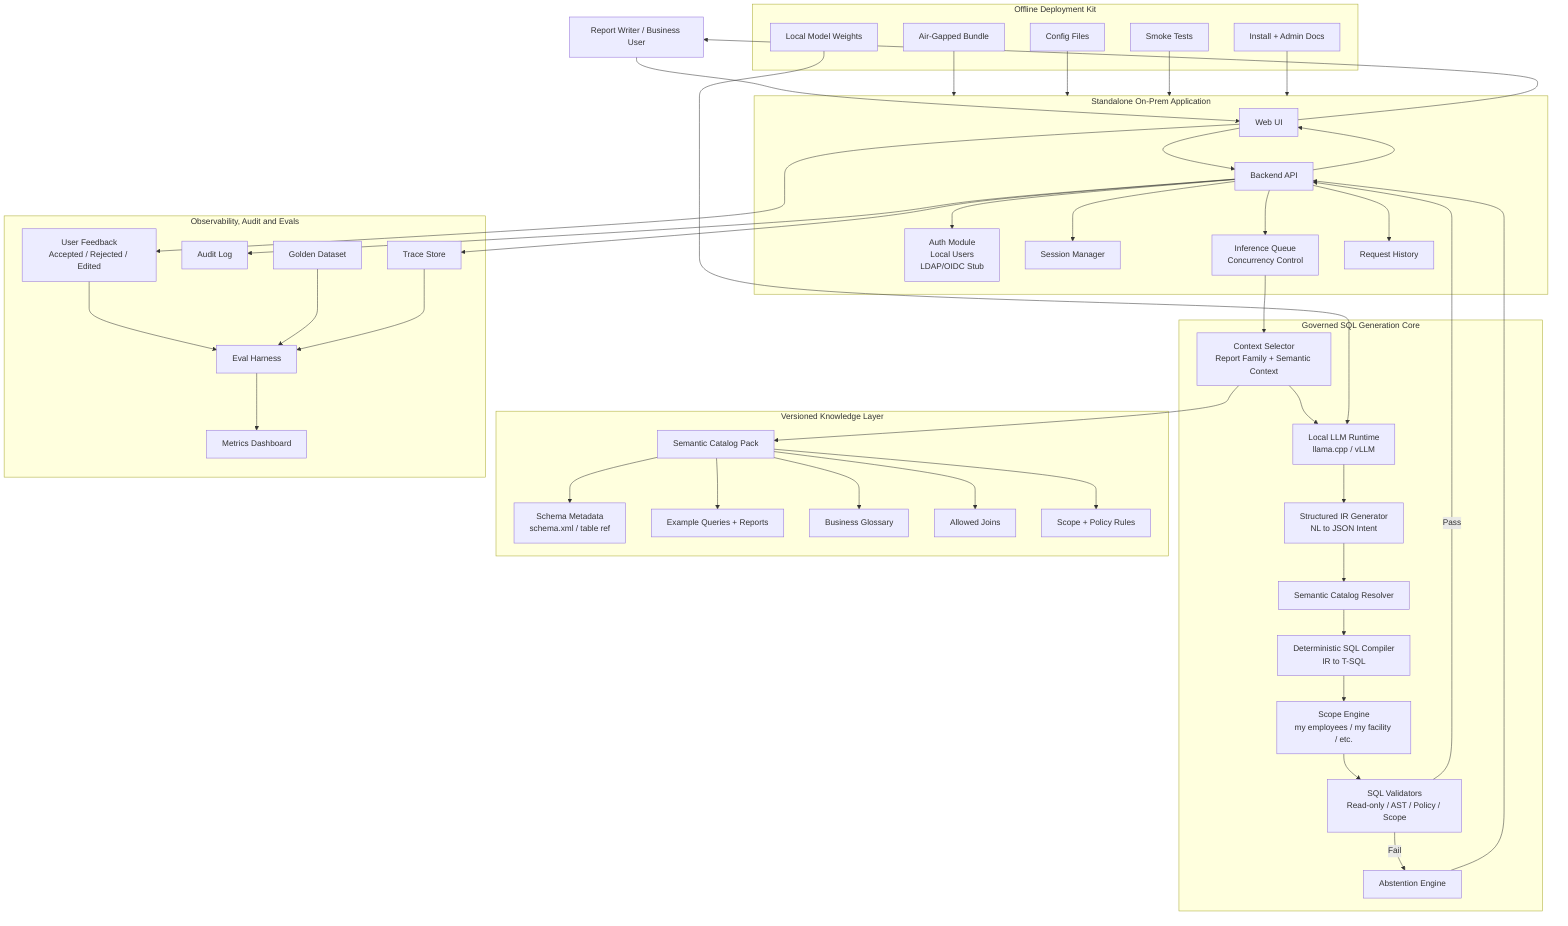
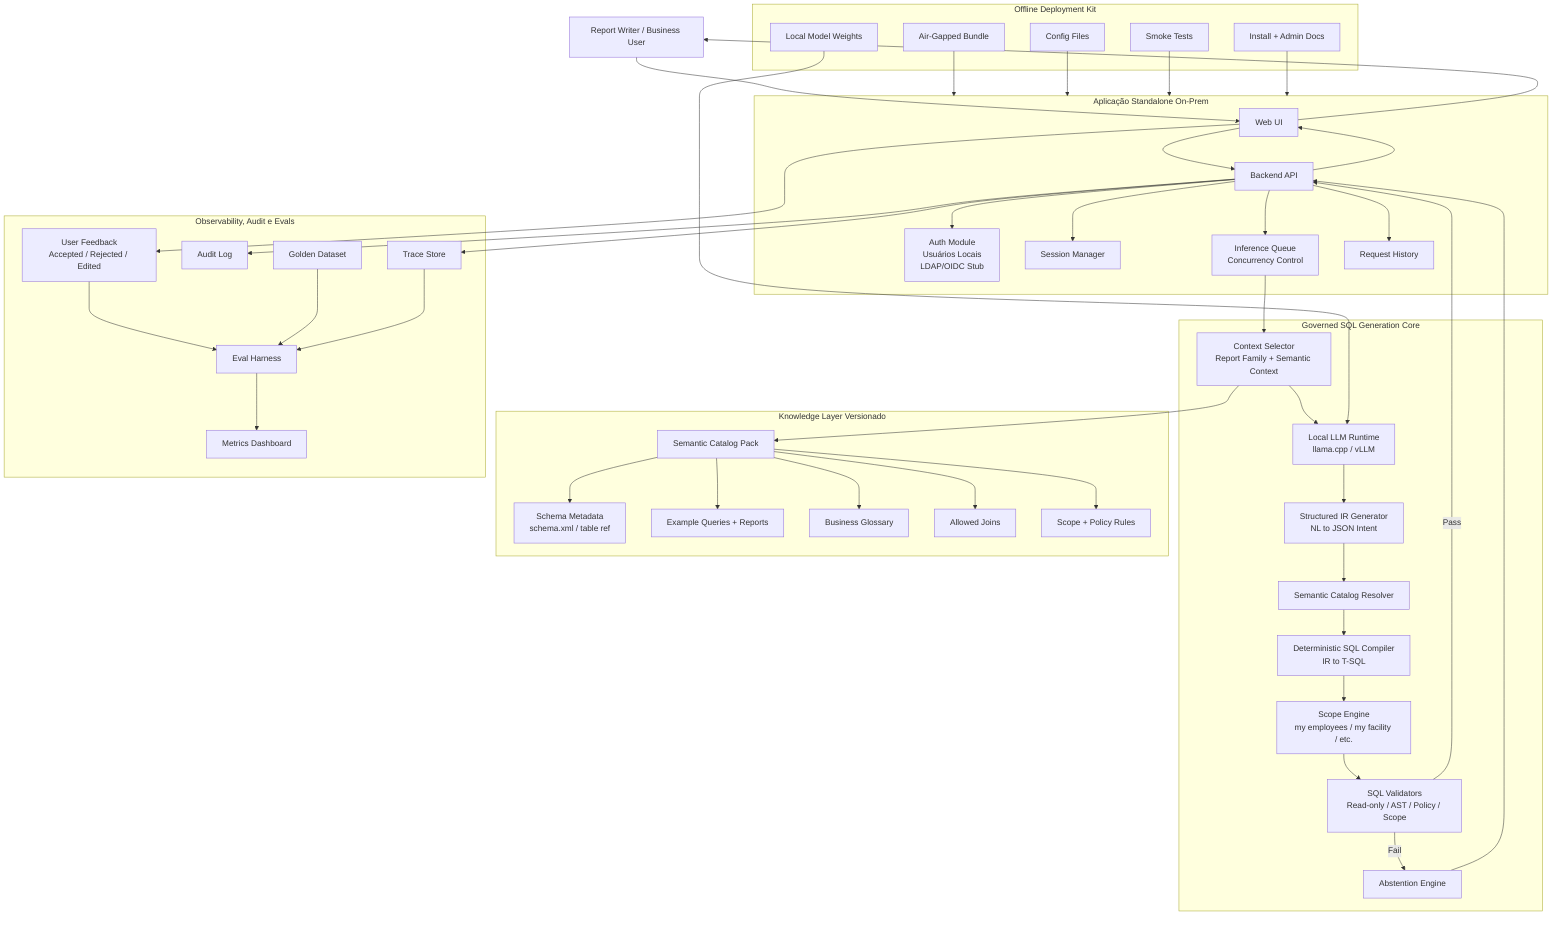
flowchart TB
    U[Report Writer / Business User]

-     subgraph APP["Standalone On-Prem Application"]
+     subgraph APP["Aplicação Standalone On-Prem"]
        UI[Web UI]
        API[Backend API]
-         AUTH[Auth Module<br/>Local Users<br/>LDAP/OIDC Stub]
+         AUTH[Auth Module<br/>Usuários Locais<br/>LDAP/OIDC Stub]
        SESSION[Session Manager]
        QUEUE[Inference Queue<br/>Concurrency Control]
        HISTORY[Request History]
    end

    subgraph CORE["Governed SQL Generation Core"]
        CTX[Context Selector<br/>Report Family + Semantic Context]
        LLM[Local LLM Runtime<br/>llama.cpp / vLLM]
        IR[Structured IR Generator<br/>NL to JSON Intent]
        SEM[Semantic Catalog Resolver]
        COMP[Deterministic SQL Compiler<br/>IR to T-SQL]
        SCOPE[Scope Engine<br/>my employees / my facility / etc.]
        VAL[SQL Validators<br/>Read-only / AST / Policy / Scope]
        ABSTAIN[Abstention Engine]
    end

-     subgraph KNOW["Versioned Knowledge Layer"]
+     subgraph KNOW["Knowledge Layer Versionado"]
        SCHEMA[Schema Metadata<br/>schema.xml / table ref]
        EXAMPLES[Example Queries + Reports]
        GLOSSARY[Business Glossary]
        JOINS[Allowed Joins]
        RULES[Scope + Policy Rules]
        CATALOG[Semantic Catalog Pack]
    end

-     subgraph OBS["Observability, Audit and Evals"]
+     subgraph OBS["Observability, Audit e Evals"]
        TRACE[Trace Store]
        AUDIT[Audit Log]
        FEEDBACK[User Feedback<br/>Accepted / Rejected / Edited]
        EVALS[Eval Harness]
        GOLDEN[Golden Dataset]
        METRICS[Metrics Dashboard]
    end

    subgraph DEPLOY["Offline Deployment Kit"]
        BUNDLE[Air-Gapped Bundle]
        MODEL[Local Model Weights]
        CONFIG[Config Files]
        SMOKE[Smoke Tests]
        DOCS[Install + Admin Docs]
    end

    U --> UI
    UI --> API
    API --> AUTH
    API --> SESSION
    API --> HISTORY
    API --> QUEUE
    QUEUE --> CTX

    CTX --> CATALOG
    CATALOG --> SCHEMA
    CATALOG --> EXAMPLES
    CATALOG --> GLOSSARY
    CATALOG --> JOINS
    CATALOG --> RULES

    CTX --> LLM
    LLM --> IR
    IR --> SEM
    SEM --> COMP
    COMP --> SCOPE
    SCOPE --> VAL

    VAL -->|Pass| API
    VAL -->|Fail| ABSTAIN
    ABSTAIN --> API

    API --> UI
    UI --> U

    API --> TRACE
    API --> AUDIT
    UI --> FEEDBACK
    FEEDBACK --> EVALS
    GOLDEN --> EVALS
    TRACE --> EVALS
    EVALS --> METRICS

    BUNDLE --> APP
    MODEL --> LLM
    CONFIG --> APP
    SMOKE --> APP
    DOCS --> APP
